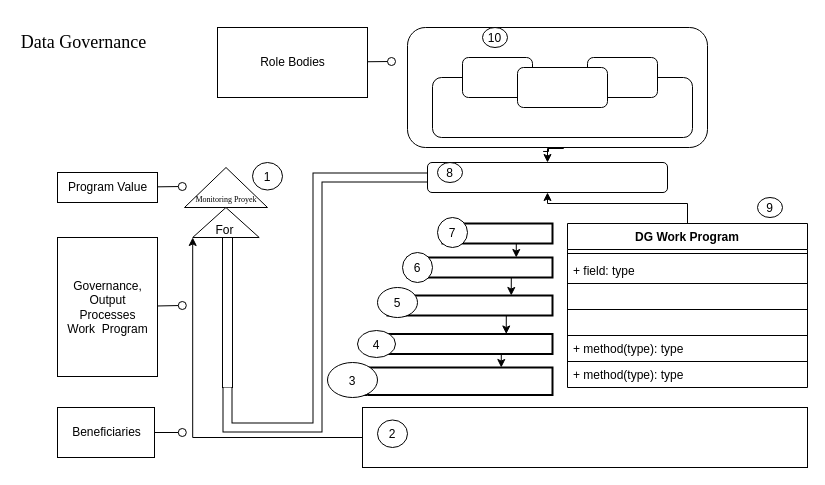
Tian7877/Hanoi_Tower keeps this draw.io diagram as Untitled Diagram.drawio. Above is the earlier version. Source tidied: cells renumbered, new cells numbered last; positions are measured from the earlier drawing's top-left corner, leaving out a move shared by most shapes. Both pictures are drawn from the tidied source at 100%, with x=0, y=0 at pixel (17, 17).
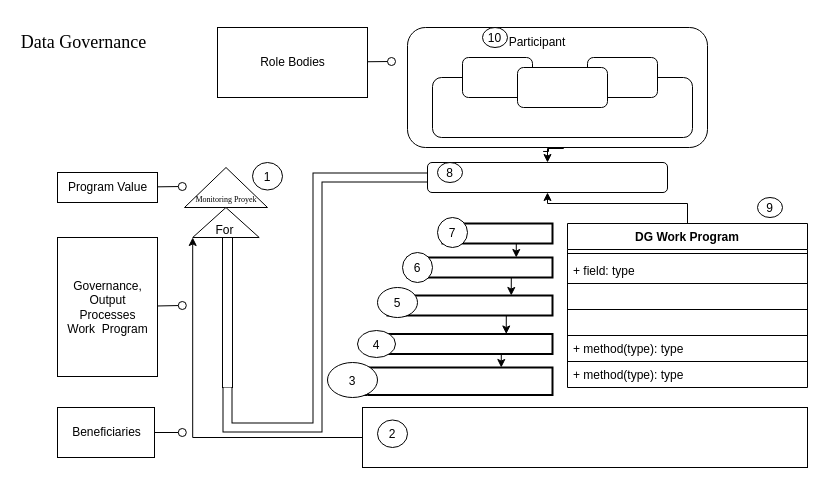
After the change.

Change to the diagram source:
```diff
@@
+    <mxCell id="58" value="Participant" style="text;html=1;align=center;verticalAlign=middle;whiteSpace=wrap;rounded=0;" parent="1" vertex="1">
+      <mxGeometry x="490" y="10" width="60" height="30" as="geometry" />
+    </mxCell>
```
